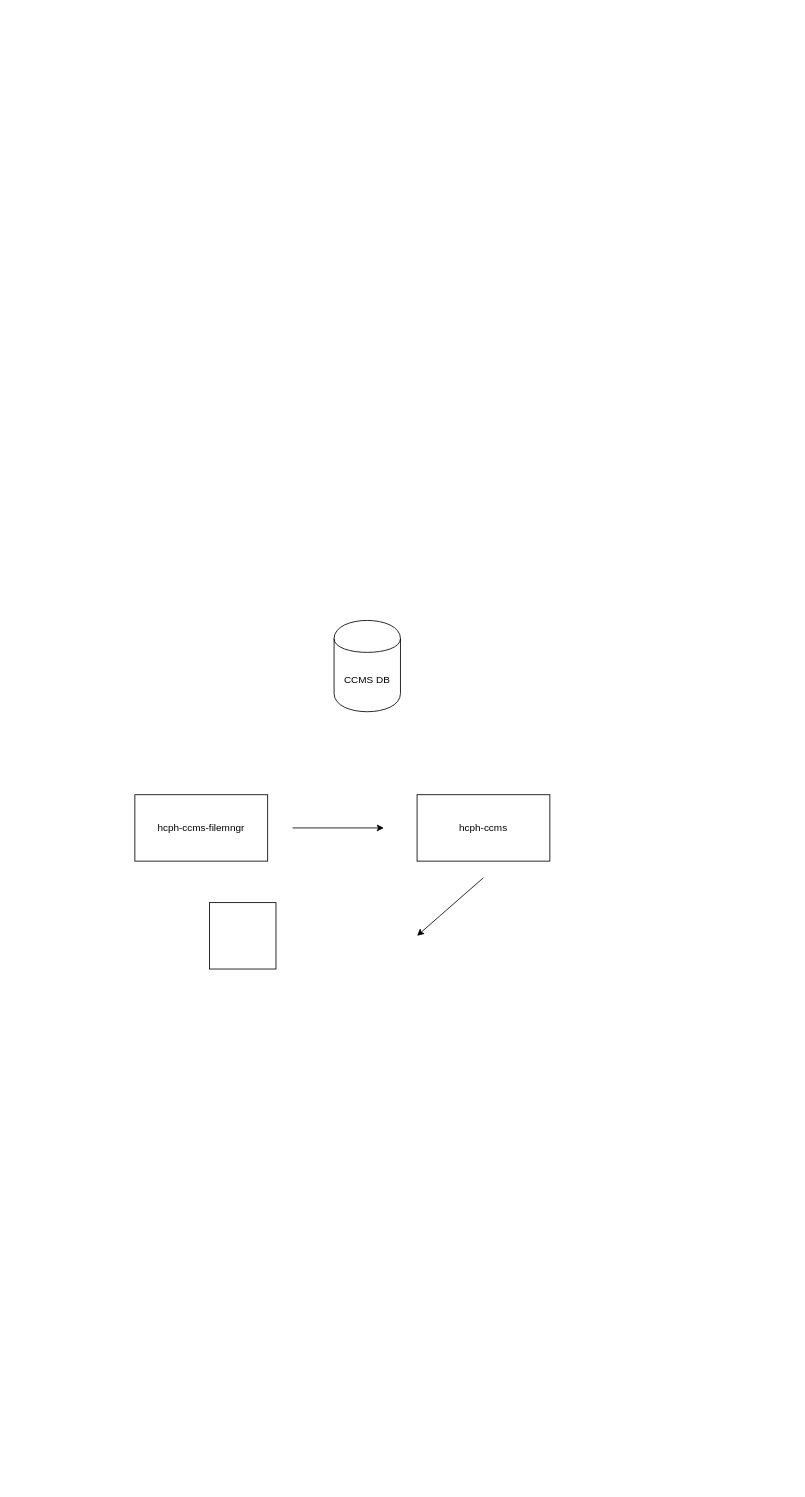
Earlier version of the draw.io diagram CCMS Business Process.drawio (JoemarieTeodoro/drawdotio). Source tidied: cells renumbered, new cells numbered last; positions are measured from the earlier drawing's top-left corner, leaving out a move shared by most shapes. Both pictures are drawn from the tidied source at 83%, with x=0, y=0 at pixel (134, 620).
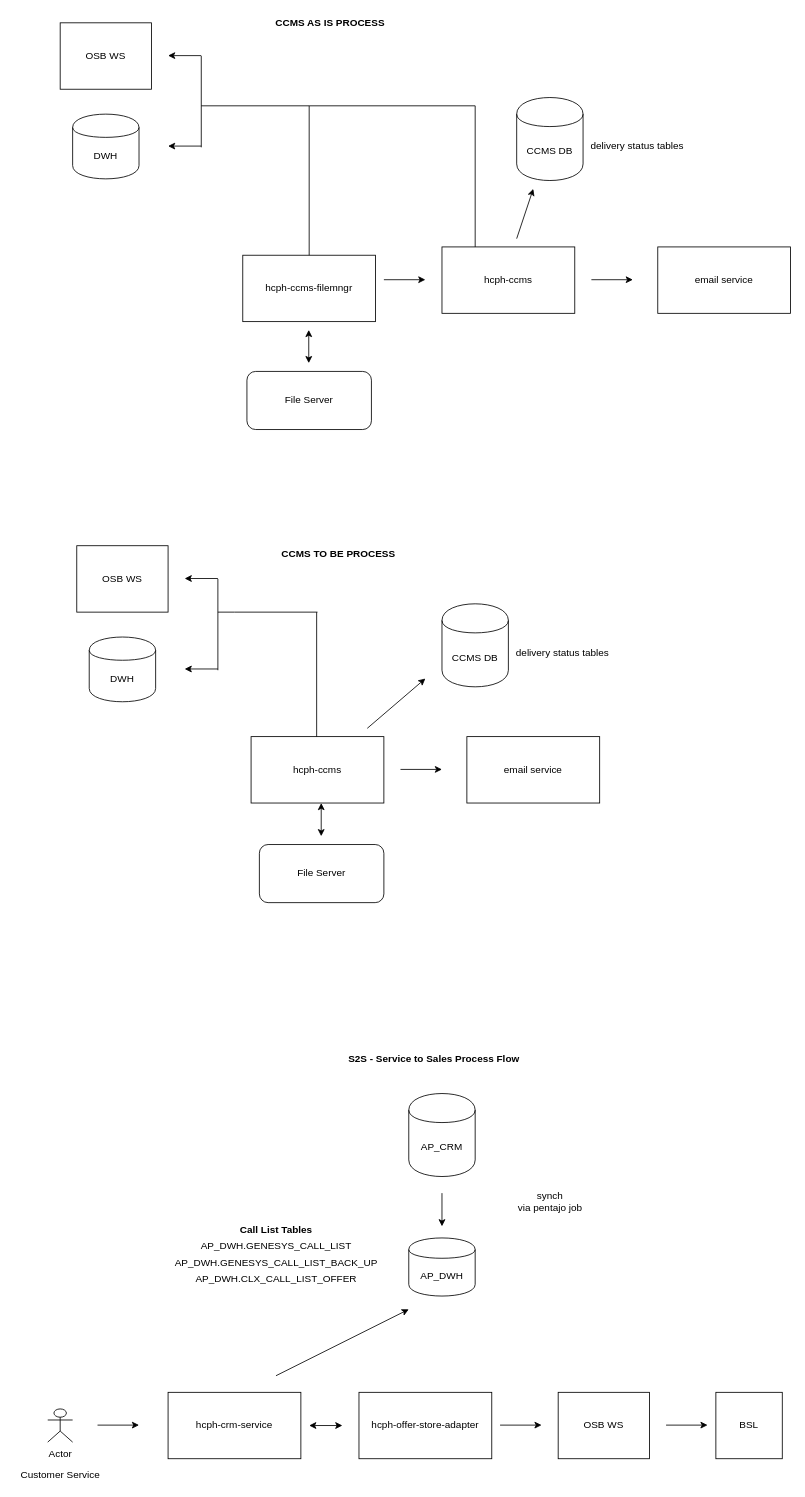
Above is the later version.

The edit, as a diff of the source:
```diff
@@
-    <mxCell id="2" value="hcph-ccms-filemngr" style="rounded=0;whiteSpace=wrap;html=1;" parent="1" vertex="1">
-      <mxGeometry y="210" width="160" height="80" as="geometry" />
+    <mxCell id="2" value="OSB WS" style="rounded=0;whiteSpace=wrap;html=1;" parent="1" vertex="1">
+      <mxGeometry x="-70" y="-90" width="110" height="80" as="geometry" />
     </mxCell>
     <mxCell id="3" value="CCMS DB" style="shape=cylinder;whiteSpace=wrap;html=1;boundedLbl=1;backgroundOutline=1;" parent="1" vertex="1">
-      <mxGeometry x="240" width="80" height="110" as="geometry" />
+      <mxGeometry x="370" y="-20" width="80" height="100" as="geometry" />
     </mxCell>
     <mxCell id="4" value="hcph-ccms" style="rounded=0;whiteSpace=wrap;html=1;" parent="1" vertex="1">
-      <mxGeometry x="340" y="210" width="160" height="80" as="geometry" />
+      <mxGeometry x="140" y="140" width="160" height="80" as="geometry" />
     </mxCell>
-    <mxCell id="5" style="endArrow=classic;html=1;" parent="1" edge="1">
-      <mxGeometry relative="1" as="geometry">
-        <mxPoint x="190" y="250" as="sourcePoint" />
-        <mxPoint x="300" y="250" as="targetPoint" />
-      </mxGeometry>
-    </mxCell>
-    <mxCell id="6" style="endArrow=classic;html=1;" parent="1" edge="1">
-      <mxGeometry relative="1" as="geometry">
-        <mxPoint x="420" y="310" as="sourcePoint" />
-        <mxPoint x="340" y="380" as="targetPoint" />
-      </mxGeometry>
-    </mxCell>
-    <mxCell id="7" style="whiteSpace=wrap;html=1;" parent="1" vertex="1">
-      <mxGeometry x="90" y="340" width="80" height="80" as="geometry" />
-    </mxCell>
+    <mxCell id="8" value="&lt;b&gt;CCMS TO BE PROCESS&lt;/b&gt;" style="text;html=1;align=center;verticalAlign=middle;" parent="1" vertex="1">
+      <mxGeometry x="170" y="-90" width="150" height="20" as="geometry" />
+    </mxCell>
+    <mxCell id="9" value="File Server" style="rounded=1;whiteSpace=wrap;html=1;" parent="1" vertex="1">
+      <mxGeometry x="150" y="270" width="150" height="70" as="geometry" />
+    </mxCell>
+    <mxCell id="10" value="email service" style="rounded=0;whiteSpace=wrap;html=1;" parent="1" vertex="1">
+      <mxGeometry x="400" y="140" width="160" height="80" as="geometry" />
+    </mxCell>
+    <mxCell id="11" style="endArrow=classic;startArrow=classic;html=1;" parent="1" edge="1">
+      <mxGeometry relative="1" as="geometry">
+        <mxPoint x="224.5" y="260" as="sourcePoint" />
+        <mxPoint x="224.5" y="220" as="targetPoint" />
+      </mxGeometry>
+    </mxCell>
+    <mxCell id="12" style="endArrow=classic;html=1;" parent="1" edge="1">
+      <mxGeometry relative="1" as="geometry">
+        <mxPoint x="320" y="179.5" as="sourcePoint" />
+        <mxPoint x="370" y="179.5" as="targetPoint" />
+      </mxGeometry>
+    </mxCell>
+    <mxCell id="13" value="DWH" style="shape=cylinder;whiteSpace=wrap;html=1;boundedLbl=1;backgroundOutline=1;" parent="1" vertex="1">
+      <mxGeometry x="-55" y="20" width="80" height="78" as="geometry" />
+    </mxCell>
+    <mxCell id="14" style="endArrow=classic;html=1;" parent="1" edge="1">
+      <mxGeometry relative="1" as="geometry">
+        <mxPoint x="280" y="130" as="sourcePoint" />
+        <mxPoint x="350" y="70" as="targetPoint" />
+      </mxGeometry>
+    </mxCell>
+    <mxCell id="15" style="endArrow=classic;html=1;" parent="1" edge="1">
+      <mxGeometry relative="1" as="geometry">
+        <mxPoint x="100" y="-50.5" as="sourcePoint" />
+        <mxPoint x="60" y="-50.5" as="targetPoint" />
+      </mxGeometry>
+    </mxCell>
+    <mxCell id="16" style="endArrow=classic;html=1;" parent="1" edge="1">
+      <mxGeometry relative="1" as="geometry">
+        <mxPoint x="100" y="58.5" as="sourcePoint" />
+        <mxPoint x="60" y="58.5" as="targetPoint" />
+      </mxGeometry>
+    </mxCell>
+    <mxCell id="17" style="endArrow=none;html=1;" parent="1" edge="1">
+      <mxGeometry relative="1" as="geometry">
+        <mxPoint x="100" y="60" as="sourcePoint" />
+        <mxPoint x="100" y="-50" as="targetPoint" />
+      </mxGeometry>
+    </mxCell>
+    <mxCell id="18" style="endArrow=none;html=1;" parent="1" edge="1">
+      <mxGeometry relative="1" as="geometry">
+        <mxPoint x="100" y="-10" as="sourcePoint" />
+        <mxPoint x="120" y="-10" as="targetPoint" />
+      </mxGeometry>
+    </mxCell>
+    <mxCell id="19" style="endArrow=none;html=1;" parent="1" edge="1">
+      <mxGeometry relative="1" as="geometry">
+        <mxPoint x="219" y="140" as="sourcePoint" />
+        <mxPoint x="219" y="-10" as="targetPoint" />
+      </mxGeometry>
+    </mxCell>
+    <mxCell id="20" style="endArrow=none;html=1;" parent="1" edge="1">
+      <mxGeometry relative="1" as="geometry">
+        <mxPoint x="120" y="-10" as="sourcePoint" />
+        <mxPoint x="220" y="-10" as="targetPoint" />
+      </mxGeometry>
+    </mxCell>
+    <mxCell id="21" value="delivery status tables" style="text;html=1;align=center;verticalAlign=middle;" parent="1" vertex="1">
+      <mxGeometry x="450" y="29" width="130" height="20" as="geometry" />
+    </mxCell>
+    <mxCell id="22" value="OSB WS" style="rounded=0;whiteSpace=wrap;html=1;" parent="1" vertex="1">
+      <mxGeometry x="-90" y="-720" width="110" height="80" as="geometry" />
+    </mxCell>
+    <mxCell id="23" value="CCMS DB" style="shape=cylinder;whiteSpace=wrap;html=1;boundedLbl=1;backgroundOutline=1;" parent="1" vertex="1">
+      <mxGeometry x="460" y="-630" width="80" height="100" as="geometry" />
+    </mxCell>
+    <mxCell id="24" value="hcph-ccms" style="rounded=0;whiteSpace=wrap;html=1;" parent="1" vertex="1">
+      <mxGeometry x="370" y="-450" width="160" height="80" as="geometry" />
+    </mxCell>
+    <mxCell id="25" style="endArrow=classic;html=1;" parent="1" edge="1">
+      <mxGeometry relative="1" as="geometry">
+        <mxPoint x="300" y="-410.5" as="sourcePoint" />
+        <mxPoint x="350" y="-410.5" as="targetPoint" />
+      </mxGeometry>
+    </mxCell>
+    <mxCell id="26" value="&lt;b&gt;CCMS AS IS PROCESS&lt;/b&gt;" style="text;html=1;align=center;verticalAlign=middle;" parent="1" vertex="1">
+      <mxGeometry x="160" y="-730" width="150" height="20" as="geometry" />
+    </mxCell>
+    <mxCell id="27" value="File Server" style="rounded=1;whiteSpace=wrap;html=1;" parent="1" vertex="1">
+      <mxGeometry x="135" y="-300" width="150" height="70" as="geometry" />
+    </mxCell>
+    <mxCell id="28" value="email service" style="rounded=0;whiteSpace=wrap;html=1;" parent="1" vertex="1">
+      <mxGeometry x="630" y="-450" width="160" height="80" as="geometry" />
+    </mxCell>
+    <mxCell id="29" style="endArrow=classic;startArrow=classic;html=1;" parent="1" edge="1">
+      <mxGeometry relative="1" as="geometry">
+        <mxPoint x="209.5" y="-310" as="sourcePoint" />
+        <mxPoint x="209.5" y="-350" as="targetPoint" />
+      </mxGeometry>
+    </mxCell>
+    <mxCell id="30" style="endArrow=classic;html=1;" parent="1" edge="1">
+      <mxGeometry relative="1" as="geometry">
+        <mxPoint x="550" y="-410.5" as="sourcePoint" />
+        <mxPoint x="600" y="-410.5" as="targetPoint" />
+      </mxGeometry>
+    </mxCell>
+    <mxCell id="31" value="hcph-ccms-filemngr" style="rounded=0;whiteSpace=wrap;html=1;" parent="1" vertex="1">
+      <mxGeometry x="130" y="-440" width="160" height="80" as="geometry" />
+    </mxCell>
+    <mxCell id="32" value="DWH" style="shape=cylinder;whiteSpace=wrap;html=1;boundedLbl=1;backgroundOutline=1;" parent="1" vertex="1">
+      <mxGeometry x="-75" y="-610" width="80" height="78" as="geometry" />
+    </mxCell>
+    <mxCell id="33" style="endArrow=classic;html=1;" parent="1" edge="1">
+      <mxGeometry relative="1" as="geometry">
+        <mxPoint x="460" y="-460" as="sourcePoint" />
+        <mxPoint x="480" y="-520" as="targetPoint" />
+      </mxGeometry>
+    </mxCell>
+    <mxCell id="34" style="endArrow=classic;html=1;" parent="1" edge="1">
+      <mxGeometry relative="1" as="geometry">
+        <mxPoint x="80" y="-680.5" as="sourcePoint" />
+        <mxPoint x="40" y="-680.5" as="targetPoint" />
+      </mxGeometry>
+    </mxCell>
+    <mxCell id="35" style="endArrow=classic;html=1;" parent="1" edge="1">
+      <mxGeometry relative="1" as="geometry">
+        <mxPoint x="80" y="-571.5" as="sourcePoint" />
+        <mxPoint x="40" y="-571.5" as="targetPoint" />
+      </mxGeometry>
+    </mxCell>
+    <mxCell id="36" style="endArrow=none;html=1;" parent="1" edge="1">
+      <mxGeometry relative="1" as="geometry">
+        <mxPoint x="80" y="-570" as="sourcePoint" />
+        <mxPoint x="80" y="-680" as="targetPoint" />
+      </mxGeometry>
+    </mxCell>
+    <mxCell id="37" style="endArrow=none;html=1;" parent="1" edge="1">
+      <mxGeometry relative="1" as="geometry">
+        <mxPoint x="80" y="-620" as="sourcePoint" />
+        <mxPoint x="210" y="-620" as="targetPoint" />
+      </mxGeometry>
+    </mxCell>
+    <mxCell id="38" style="endArrow=none;html=1;exitX=0.5;exitY=0;exitDx=0;exitDy=0;" parent="1" edge="1" source="31">
+      <mxGeometry relative="1" as="geometry">
+        <mxPoint x="210" y="-620" as="targetPoint" />
+      </mxGeometry>
+    </mxCell>
+    <mxCell id="39" style="endArrow=none;html=1;" parent="1" edge="1">
+      <mxGeometry relative="1" as="geometry">
+        <mxPoint x="410" y="-450" as="sourcePoint" />
+        <mxPoint x="410" y="-620" as="targetPoint" />
+      </mxGeometry>
+    </mxCell>
+    <mxCell id="40" style="endArrow=none;html=1;" parent="1" edge="1">
+      <mxGeometry relative="1" as="geometry">
+        <mxPoint x="210" y="-620" as="sourcePoint" />
+        <mxPoint x="410" y="-620" as="targetPoint" />
+      </mxGeometry>
+    </mxCell>
+    <mxCell id="41" value="delivery status tables" style="text;html=1;align=center;verticalAlign=middle;" parent="1" vertex="1">
+      <mxGeometry x="540" y="-581" width="130" height="20" as="geometry" />
+    </mxCell>
+    <mxCell id="42" value="OSB WS" style="rounded=0;whiteSpace=wrap;html=1;" parent="1" vertex="1">
+      <mxGeometry x="510" y="930" width="110" height="80" as="geometry" />
+    </mxCell>
+    <mxCell id="43" value="AP_DWH" style="shape=cylinder;whiteSpace=wrap;html=1;boundedLbl=1;backgroundOutline=1;" parent="1" vertex="1">
+      <mxGeometry x="330" y="744" width="80" height="70" as="geometry" />
+    </mxCell>
+    <mxCell id="44" value="hcph-crm-service" style="rounded=0;whiteSpace=wrap;html=1;" parent="1" vertex="1">
+      <mxGeometry x="40" y="930" width="160" height="80" as="geometry" />
+    </mxCell>
+    <mxCell id="45" value="&lt;b&gt;S2S - Service to Sales Process Flow&lt;br&gt;&amp;nbsp;&lt;/b&gt;" style="text;html=1;align=center;verticalAlign=middle;" parent="1" vertex="1">
+      <mxGeometry x="250" y="520" width="220" height="30" as="geometry" />
+    </mxCell>
+    <mxCell id="46" value="hcph-offer-store-adapter" style="rounded=0;whiteSpace=wrap;html=1;" parent="1" vertex="1">
+      <mxGeometry x="270" y="930" width="160" height="80" as="geometry" />
+    </mxCell>
+    <mxCell id="47" value="AP_CRM" style="shape=cylinder;whiteSpace=wrap;html=1;boundedLbl=1;backgroundOutline=1;" parent="1" vertex="1">
+      <mxGeometry x="330" y="570" width="80" height="100" as="geometry" />
+    </mxCell>
+    <mxCell id="48" value="&lt;b&gt;Call List Tables&lt;/b&gt;" style="text;html=1;align=center;verticalAlign=middle;" parent="1" vertex="1">
+      <mxGeometry x="120" y="724" width="100" height="20" as="geometry" />
+    </mxCell>
+    <mxCell id="49" style="endArrow=classic;html=1;" parent="1" edge="1">
+      <mxGeometry relative="1" as="geometry">
+        <mxPoint x="440" y="969.5" as="sourcePoint" />
+        <mxPoint x="490" y="969.5" as="targetPoint" />
+      </mxGeometry>
+    </mxCell>
+    <mxCell id="50" style="endArrow=classic;html=1;" parent="1" edge="1">
+      <mxGeometry relative="1" as="geometry">
+        <mxPoint x="370" y="690" as="sourcePoint" />
+        <mxPoint x="370" y="730" as="targetPoint" />
+      </mxGeometry>
+    </mxCell>
+    <mxCell id="51" value="synch &lt;br&gt;via pentajo job" style="text;html=1;align=center;verticalAlign=middle;" parent="1" vertex="1">
+      <mxGeometry x="455" y="685" width="90" height="30" as="geometry" />
+    </mxCell>
+    <mxCell id="52" value="AP_DWH.GENESYS_CALL_LIST" style="text;html=1;align=center;verticalAlign=middle;" parent="1" vertex="1">
+      <mxGeometry x="70" y="744" width="200" height="20" as="geometry" />
+    </mxCell>
+    <mxCell id="53" value="AP_DWH.GENESYS_CALL_LIST_BACK_UP" style="text;html=1;align=center;verticalAlign=middle;" parent="1" vertex="1">
+      <mxGeometry x="40" y="764" width="260" height="20" as="geometry" />
+    </mxCell>
+    <mxCell id="54" value="AP_DWH.CLX_CALL_LIST_OFFER" style="text;html=1;align=center;verticalAlign=middle;" parent="1" vertex="1">
+      <mxGeometry x="65" y="784" width="210" height="20" as="geometry" />
+    </mxCell>
+    <mxCell id="55" value="BSL" style="whiteSpace=wrap;html=1;" parent="1" vertex="1">
+      <mxGeometry x="700" y="930" width="80" height="80" as="geometry" />
+    </mxCell>
+    <mxCell id="56" style="endArrow=classic;html=1;" parent="1" edge="1">
+      <mxGeometry relative="1" as="geometry">
+        <mxPoint x="640" y="969.5" as="sourcePoint" />
+        <mxPoint x="690" y="969.5" as="targetPoint" />
+      </mxGeometry>
+    </mxCell>
+    <mxCell id="57" value="Actor" style="shape=umlActor;verticalLabelPosition=bottom;verticalAlign=top;html=1;" parent="1" vertex="1">
+      <mxGeometry x="-105" y="950" width="30" height="40" as="geometry" />
+    </mxCell>
+    <mxCell id="58" style="endArrow=classic;html=1;" parent="1" edge="1">
+      <mxGeometry relative="1" as="geometry">
+        <mxPoint x="-45" y="969.5" as="sourcePoint" />
+        <mxPoint x="5" y="969.5" as="targetPoint" />
+      </mxGeometry>
+    </mxCell>
+    <mxCell id="59" style="endArrow=classic;html=1;" parent="1" edge="1">
+      <mxGeometry relative="1" as="geometry">
+        <mxPoint x="170" y="910" as="sourcePoint" />
+        <mxPoint x="330" y="830" as="targetPoint" />
+      </mxGeometry>
+    </mxCell>
+    <mxCell id="60" style="endArrow=classic;startArrow=classic;html=1;" parent="1" edge="1">
+      <mxGeometry relative="1" as="geometry">
+        <mxPoint x="210" y="970" as="sourcePoint" />
+        <mxPoint x="250" y="970" as="targetPoint" />
+      </mxGeometry>
+    </mxCell>
+    <mxCell id="61" value="Customer Service&lt;br&gt;" style="text;html=1;align=center;verticalAlign=middle;" parent="1" vertex="1">
+      <mxGeometry x="-145" y="1020" width="110" height="20" as="geometry" />
+    </mxCell>
```
